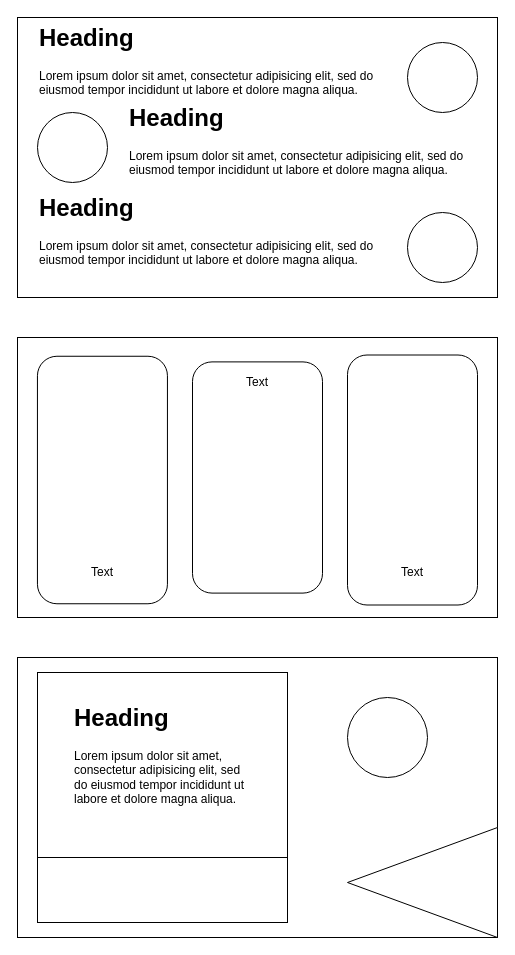
This is другие-макеты.drawio from Ylia2222/web-portfolio, a draw.io file, before an edit. Source tidied: cells renumbered, new cells numbered last; positions are measured from the earlier drawing's top-left corner, leaving out a move shared by most shapes. Both pictures are drawn from the tidied source at 100%, with x=0, y=0 at pixel (-22, 17).
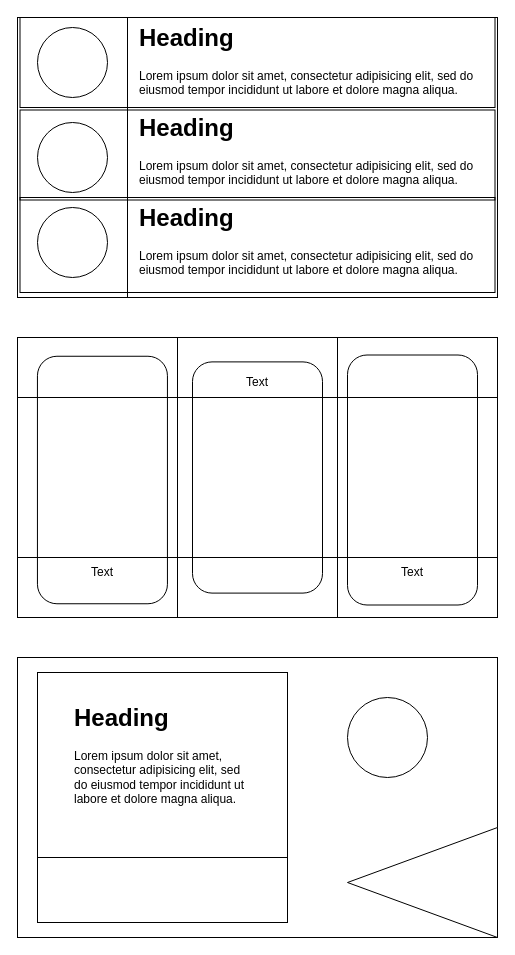
The same page after the edit.

The edit, as a diff of the source:
```diff
@@
     <mxCell id="3" value="&lt;h1 style=&quot;margin-top: 0px;&quot;&gt;Heading&lt;/h1&gt;&lt;p&gt;Lorem ipsum dolor sit amet, consectetur adipisicing elit, sed do eiusmod tempor incididunt ut labore et dolore magna aliqua.&lt;/p&gt;" style="text;html=1;whiteSpace=wrap;overflow=hidden;rounded=0;" parent="1" vertex="1">
-      <mxGeometry x="59" width="340" height="120" as="geometry" />
+      <mxGeometry x="159" width="340" height="120" as="geometry" />
     </mxCell>
     <mxCell id="4" value="&lt;h1 style=&quot;margin-top: 0px;&quot;&gt;Heading&lt;/h1&gt;&lt;p&gt;Lorem ipsum dolor sit amet, consectetur adipisicing elit, sed do eiusmod tempor incididunt ut labore et dolore magna aliqua.&lt;/p&gt;" style="text;html=1;whiteSpace=wrap;overflow=hidden;rounded=0;" parent="1" vertex="1">
-      <mxGeometry x="149" y="80" width="360" height="120" as="geometry" />
+      <mxGeometry x="159" y="90" width="360" height="120" as="geometry" />
     </mxCell>
     <mxCell id="5" style="ellipse;whiteSpace=wrap;html=1;" parent="1" vertex="1">
-      <mxGeometry x="429" y="25" width="70" height="70" as="geometry" />
+      <mxGeometry x="59" y="10" width="70" height="70" as="geometry" />
     </mxCell>
     <mxCell id="6" style="ellipse;whiteSpace=wrap;html=1;" parent="1" vertex="1">
-      <mxGeometry x="59" y="95" width="70" height="70" as="geometry" />
+      <mxGeometry x="59" y="105" width="70" height="70" as="geometry" />
     </mxCell>
     <mxCell id="7" style="ellipse;whiteSpace=wrap;html=1;" parent="1" vertex="1">
-      <mxGeometry x="429" y="195" width="70" height="70" as="geometry" />
+      <mxGeometry x="59" y="190" width="70" height="70" as="geometry" />
     </mxCell>
     <mxCell id="8" value="&lt;h1 style=&quot;margin-top: 0px;&quot;&gt;Heading&lt;/h1&gt;&lt;p&gt;Lorem ipsum dolor sit amet, consectetur adipisicing elit, sed do eiusmod tempor incididunt ut labore et dolore magna aliqua.&lt;/p&gt;" style="text;html=1;whiteSpace=wrap;overflow=hidden;rounded=0;" parent="1" vertex="1">
-      <mxGeometry x="59" y="170" width="350" height="120" as="geometry" />
+      <mxGeometry x="159" y="180" width="350" height="120" as="geometry" />
     </mxCell>
@@
+    <mxCell id="22" style="rounded=0;whiteSpace=wrap;html=1;fillColor=none;rotation=90;" parent="1" vertex="1">
+      <mxGeometry x="234" y="-192.5" width="90" height="475" as="geometry" />
+    </mxCell>
+    <mxCell id="23" style="rounded=0;whiteSpace=wrap;html=1;fillColor=none;rotation=90;" parent="1" vertex="1">
+      <mxGeometry x="234" y="-100" width="90" height="475" as="geometry" />
+    </mxCell>
+    <mxCell id="24" style="rounded=0;whiteSpace=wrap;html=1;fillColor=none;rotation=90;" parent="1" vertex="1">
+      <mxGeometry x="231.5" y="-10" width="95" height="475" as="geometry" />
+    </mxCell>
+    <mxCell id="25" style="rounded=0;whiteSpace=wrap;html=1;fillColor=none;rotation=0;" parent="1" vertex="1">
+      <mxGeometry x="39" width="110" height="280" as="geometry" />
+    </mxCell>
+    <mxCell id="26" style="rounded=0;whiteSpace=wrap;html=1;fillColor=none;" parent="1" vertex="1">
+      <mxGeometry x="199" y="320" width="160" height="280" as="geometry" />
+    </mxCell>
+    <mxCell id="27" style="rounded=0;whiteSpace=wrap;html=1;fillColor=none;" parent="1" vertex="1">
+      <mxGeometry x="39" y="540" width="480" height="60" as="geometry" />
+    </mxCell>
+    <mxCell id="28" style="rounded=0;whiteSpace=wrap;html=1;fillColor=none;" parent="1" vertex="1">
+      <mxGeometry x="39" y="320" width="480" height="60" as="geometry" />
+    </mxCell>
```
